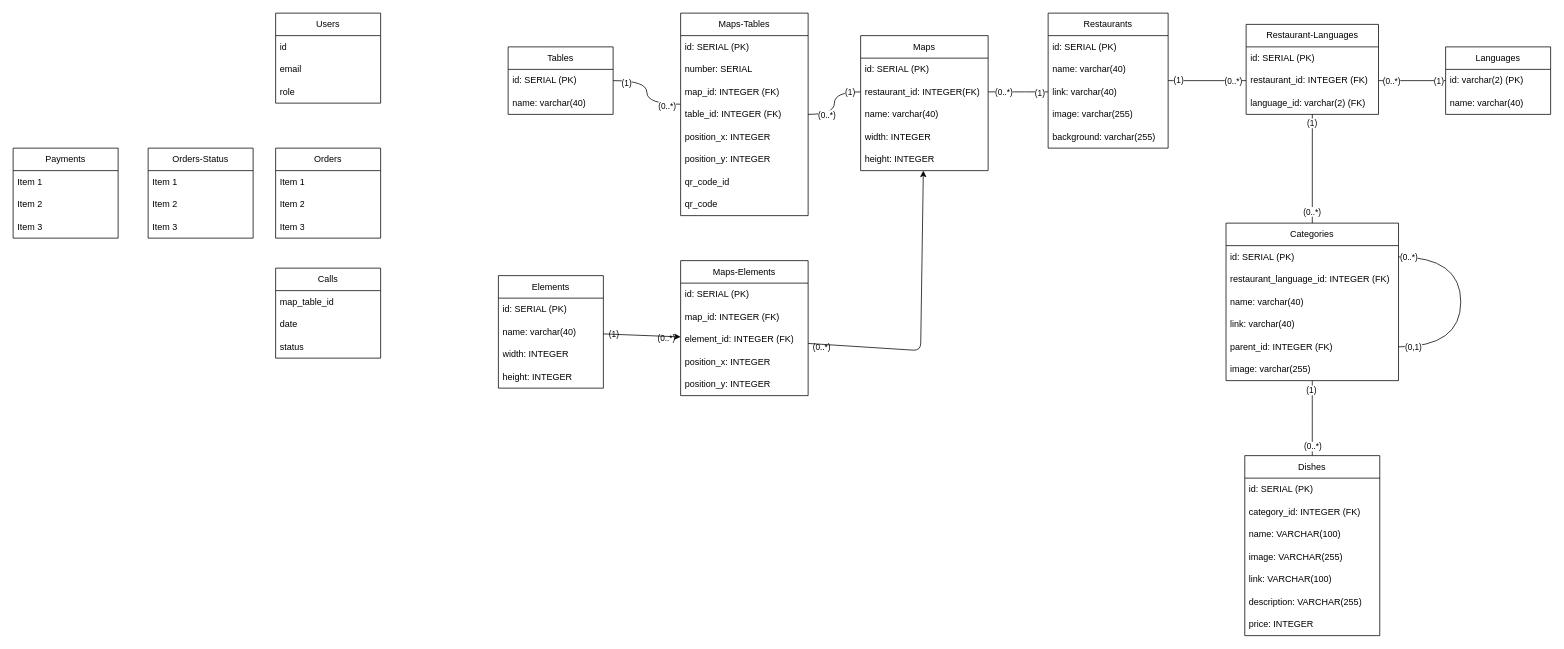
This is restaurante-db.drawio from Johnny952/restaurante, a draw.io file, before an edit. Source tidied: cells renumbered, new cells numbered last; positions are measured from the earlier drawing's top-left corner, leaving out a move shared by most shapes. Both pictures are drawn from the tidied source at 75%, with x=0, y=0 at pixel (13, 13).
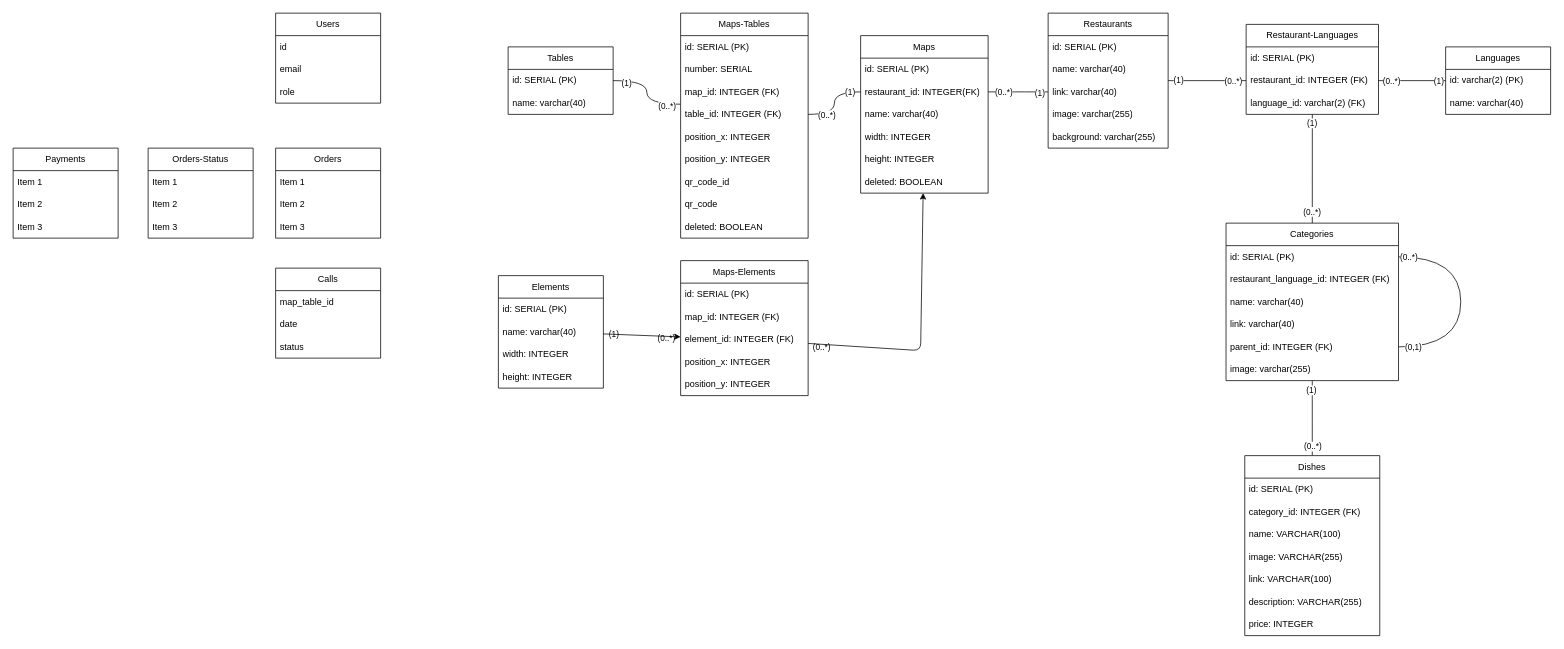
Above is the later version.

Diff of the diagram source:
```diff
@@
     <mxCell id="59" value="Maps-Tables" style="swimlane;fontStyle=0;horizontal=1;startSize=30;whiteSpace=wrap;html=1;" parent="1" vertex="1">
-      <mxGeometry x="890" width="170" height="270" as="geometry" />
+      <mxGeometry x="890" width="170" height="300" as="geometry" />
     </mxCell>
@@
+    <mxCell id="108" value="deleted: BOOLEAN" style="text;strokeColor=none;fillColor=none;align=left;verticalAlign=middle;spacingLeft=4;spacingRight=4;overflow=hidden;whiteSpace=wrap;html=1;" parent="59" vertex="1">
+      <mxGeometry y="270" width="170" height="30" as="geometry" />
+    </mxCell>
     <mxCell id="68" value="Maps" style="swimlane;fontStyle=0;horizontal=1;startSize=30;whiteSpace=wrap;html=1;" parent="1" vertex="1">
-      <mxGeometry x="1130" y="30" width="170" height="180" as="geometry" />
+      <mxGeometry x="1130" y="30" width="170" height="210" as="geometry" />
     </mxCell>
@@
+    <mxCell id="109" value="deleted: BOOLEAN" style="text;strokeColor=none;fillColor=none;align=left;verticalAlign=middle;spacingLeft=4;spacingRight=4;overflow=hidden;whiteSpace=wrap;html=1;" parent="68" vertex="1">
+      <mxGeometry y="180" width="170" height="30" as="geometry" />
+    </mxCell>
```
